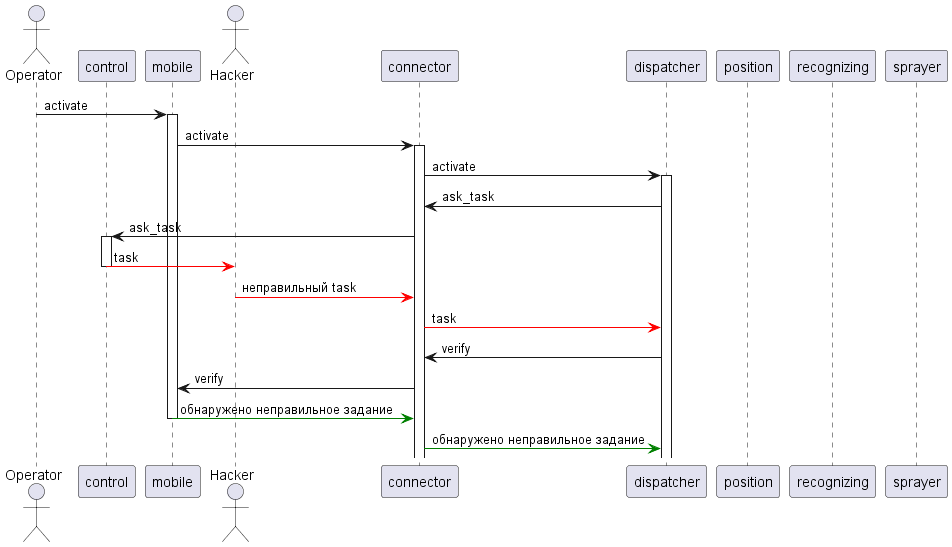
sergey-sobolev/cyberimmune-systems-case-study-drone keeps this PlantUML diagram as pics/sd_8.png. Above is the earlier version.
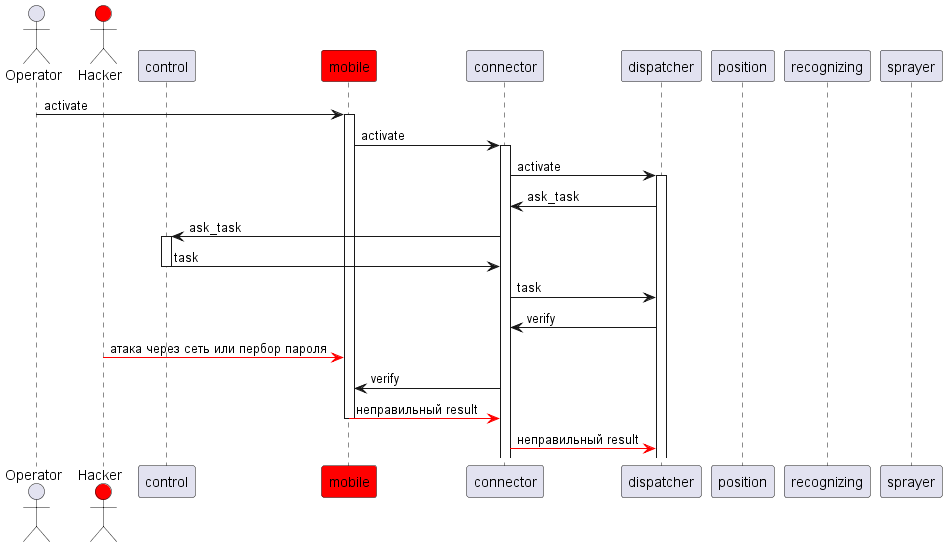
After the commit.

Diff of the diagram source:
```diff
@@ -1,8 +1,8 @@
 @startuml
 actor "Operator" as c
+actor "Hacker" as h #red
 participant control
-participant mobile
-actor "Hacker" as h
+participant mobile #red
 participant connector
 participant dispatcher
 participant position
@@ -16,17 +16,18 @@
 connector -> dispatcher++: activate
 dispatcher -> connector: ask_task
 connector -> control++: ask_task
-control -[#red]> h: task
+control -> connector: task
 control--
-h -[#red]> connector: неправильный task
-connector -[#red]> dispatcher: task
+connector -> dispatcher: task
 
 dispatcher -> connector: verify
 
+h -[#red]> mobile: атака через сеть или пербор пароля
+
 connector -> mobile: verify
-mobile -[#green]> connector: обнаружено неправильное задание
+mobile -[#red]> connector: неправильный result
 mobile--
-connector -[#green]> dispatcher: обнаружено неправильное задание
+connector -[#red]> dispatcher: неправильный result
 
 
 
```
